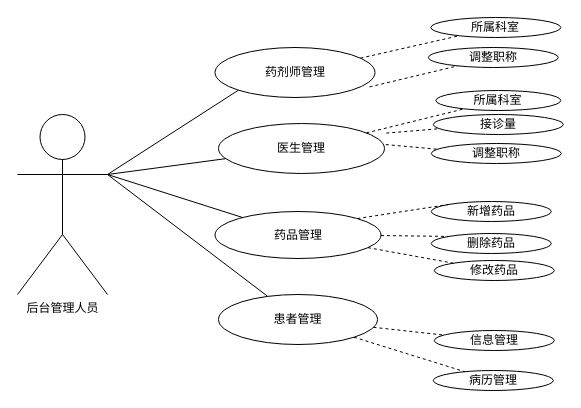
The draw.io diagram page "第 4 页" (4 of 4) of 用例图/未命名绘图.drawio in yansiro145/-, before the edit. Source tidied: cells renumbered, new cells numbered last; positions are measured from the earlier drawing's top-left corner, leaving out a move shared by most shapes. Both pictures are drawn from the tidied source at 100%, with x=0, y=0 at pixel (17, 17).
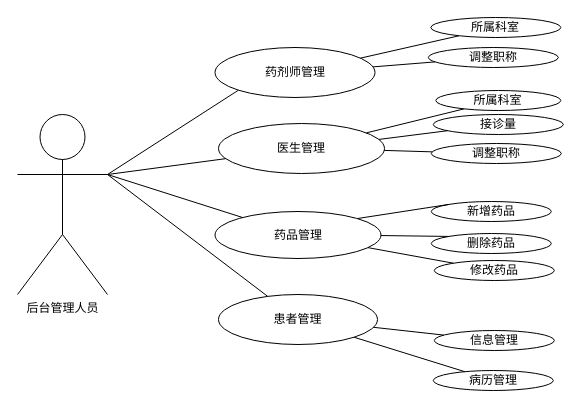
The same diagram, later.

Commit message:
更新未命名绘图.drawio

Unchanged cells that the change refers to:
```xml
<mxCell id="3" value="医生管理" style="ellipse;whiteSpace=wrap;html=1;" parent="1" vertex="1">
  <mxGeometry x="201" y="106" width="166" height="50" as="geometry" />
</mxCell>
<mxCell id="4" value="药品管理" style="ellipse;whiteSpace=wrap;html=1;" parent="1" vertex="1">
  <mxGeometry x="197.5" y="194" width="166" height="47" as="geometry" />
</mxCell>
<mxCell id="5" value="患者管理" style="ellipse;whiteSpace=wrap;html=1;" parent="1" vertex="1">
  <mxGeometry x="201" y="277" width="159" height="50" as="geometry" />
</mxCell>
<mxCell id="6" value="药剂师管理" style="ellipse;whiteSpace=wrap;html=1;" parent="1" vertex="1">
  <mxGeometry x="197.5" y="30" width="160" height="50" as="geometry" />
</mxCell>
<mxCell id="7" value="所属科室" style="ellipse;whiteSpace=wrap;html=1;" parent="1" vertex="1">
  <mxGeometry x="418.3" y="73" width="125" height="20" as="geometry" />
</mxCell>
<mxCell id="8" value="新增药品" style="ellipse;whiteSpace=wrap;html=1;" parent="1" vertex="1">
  <mxGeometry x="413.8" y="184" width="120" height="20" as="geometry" />
</mxCell>
<mxCell id="9" value="删除药品" style="ellipse;whiteSpace=wrap;html=1;" parent="1" vertex="1">
  <mxGeometry x="413.8" y="216" width="120" height="20" as="geometry" />
</mxCell>
<mxCell id="10" value="修改药品" style="ellipse;whiteSpace=wrap;html=1;" parent="1" vertex="1">
  <mxGeometry x="416.8" y="243" width="120" height="20" as="geometry" />
</mxCell>
<mxCell id="11" value="信息管理" style="ellipse;whiteSpace=wrap;html=1;" parent="1" vertex="1">
  <mxGeometry x="416.8" y="313" width="120" height="20" as="geometry" />
</mxCell>
<mxCell id="12" value="病历管理" style="ellipse;whiteSpace=wrap;html=1;" parent="1" vertex="1">
  <mxGeometry x="415.8" y="353" width="120" height="20" as="geometry" />
</mxCell>
<mxCell id="13" value="调整职称" style="ellipse;whiteSpace=wrap;html=1;" parent="1" vertex="1">
  <mxGeometry x="413.8" y="126" width="130" height="20" as="geometry" />
</mxCell>
<mxCell id="14" value="调整职称" style="ellipse;whiteSpace=wrap;html=1;" parent="1" vertex="1">
  <mxGeometry x="410.8" y="30" width="130" height="20" as="geometry" />
</mxCell>
<mxCell id="15" value="所属科室" style="ellipse;whiteSpace=wrap;html=1;" parent="1" vertex="1">
  <mxGeometry x="413.3" width="130" height="20" as="geometry" />
</mxCell>
<mxCell id="16" value="接诊量" style="ellipse;whiteSpace=wrap;html=1;" parent="1" vertex="1">
  <mxGeometry x="415.8" y="97" width="130" height="20" as="geometry" />
</mxCell>
```

The edit, as a diff of the source:
```diff
@@
-    <mxCell id="21" style="endArrow=none;dashed=1;html=1;rounded=0;exitX=1;exitY=1;exitDx=0;exitDy=0;" parent="1" edge="1" source="5" target="12">
+    <mxCell id="21" style="endArrow=none;html=1;rounded=0;exitX=1;exitY=1;exitDx=0;exitDy=0;" parent="1" edge="1" source="5" target="12">
       <mxGeometry relative="1" as="geometry" />
     </mxCell>
-    <mxCell id="22" style="endArrow=none;dashed=1;html=1;rounded=0;" parent="1" edge="1" source="5" target="11">
+    <mxCell id="22" style="endArrow=none;html=1;rounded=0;" parent="1" edge="1" source="5" target="11">
       <mxGeometry relative="1" as="geometry" />
     </mxCell>
-    <mxCell id="23" style="endArrow=none;dashed=1;html=1;rounded=0;" parent="1" edge="1" source="4" target="10">
+    <mxCell id="23" style="endArrow=none;html=1;rounded=0;" parent="1" edge="1" source="4" target="10">
       <mxGeometry relative="1" as="geometry" />
     </mxCell>
-    <mxCell id="24" style="endArrow=none;dashed=1;html=1;rounded=0;entryX=0;entryY=0;entryDx=0;entryDy=0;" parent="1" edge="1" source="4" target="9">
+    <mxCell id="24" style="endArrow=none;html=1;rounded=0;entryX=0;entryY=0;entryDx=0;entryDy=0;" parent="1" edge="1" source="4" target="9">
       <mxGeometry relative="1" as="geometry" />
     </mxCell>
-    <mxCell id="25" style="endArrow=none;dashed=1;html=1;rounded=0;entryX=0;entryY=0;entryDx=0;entryDy=0;exitX=1;exitY=0;exitDx=0;exitDy=0;" parent="1" edge="1" source="4" target="8">
+    <mxCell id="25" style="endArrow=none;html=1;rounded=0;entryX=0;entryY=0;entryDx=0;entryDy=0;exitX=1;exitY=0;exitDx=0;exitDy=0;" parent="1" edge="1" source="4" target="8">
       <mxGeometry relative="1" as="geometry" />
     </mxCell>
-    <mxCell id="26" style="endArrow=none;dashed=1;html=1;rounded=0;" parent="1" edge="1" target="13">
-      <mxGeometry relative="1" as="geometry">
-        <mxPoint x="368.3" y="127.1" as="sourcePoint" />
-      </mxGeometry>
+    <mxCell id="26" style="endArrow=none;html=1;rounded=0;" parent="1" edge="1" source="3" target="13">
+      <mxGeometry relative="1" as="geometry" />
     </mxCell>
-    <mxCell id="27" style="endArrow=none;dashed=1;html=1;rounded=0;" parent="1" edge="1" target="16">
-      <mxGeometry relative="1" as="geometry">
-        <mxPoint x="368.8" y="115.6" as="sourcePoint" />
-      </mxGeometry>
+    <mxCell id="27" style="endArrow=none;html=1;rounded=0;" parent="1" edge="1" source="3" target="16">
+      <mxGeometry relative="1" as="geometry" />
     </mxCell>
-    <mxCell id="28" style="endArrow=none;dashed=1;html=1;rounded=0;" parent="1" edge="1" source="3" target="7">
+    <mxCell id="28" style="endArrow=none;html=1;rounded=0;" parent="1" edge="1" source="3" target="7">
       <mxGeometry relative="1" as="geometry" />
     </mxCell>
-    <mxCell id="29" style="endArrow=none;dashed=1;html=1;rounded=0;" parent="1" edge="1" source="6" target="15">
+    <mxCell id="29" style="endArrow=none;html=1;rounded=0;" parent="1" edge="1" source="6" target="15">
       <mxGeometry relative="1" as="geometry" />
     </mxCell>
-    <mxCell id="30" style="endArrow=none;dashed=1;html=1;rounded=0;exitX=0.966;exitY=0.788;exitDx=0;exitDy=0;exitPerimeter=0;" parent="1" edge="1" source="6" target="14">
+    <mxCell id="30" style="endArrow=none;html=1;rounded=0;" parent="1" edge="1" source="6" target="14">
       <mxGeometry relative="1" as="geometry" />
     </mxCell>
```
